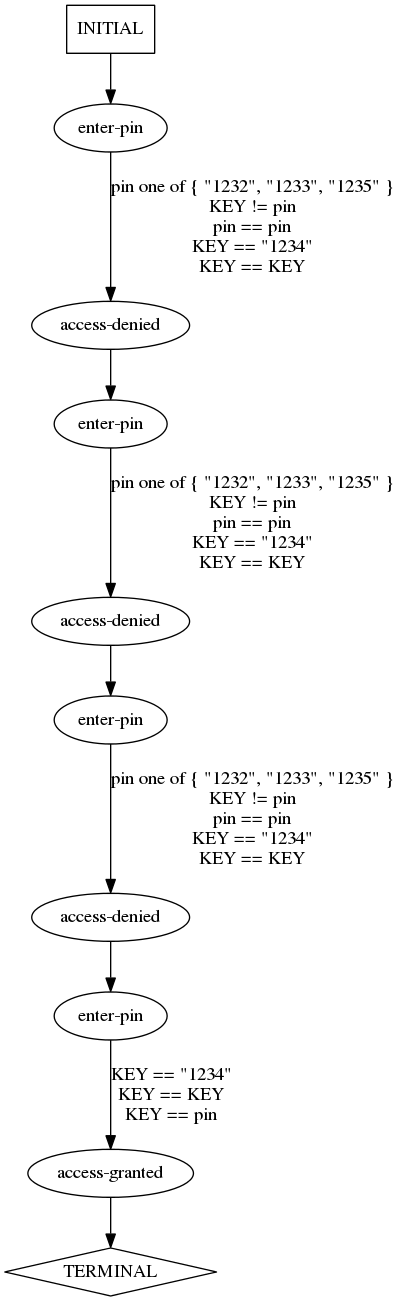
ModelInference/synoptic keeps this Graphviz diagram as traces/abstract/verify-pin/predicted-paths/verify-pin-test5.dot.png. Above is the earlier version. Its source is kept beside it as traces/abstract/verify-pin/predicted-paths/verify-pin-test5.dot.
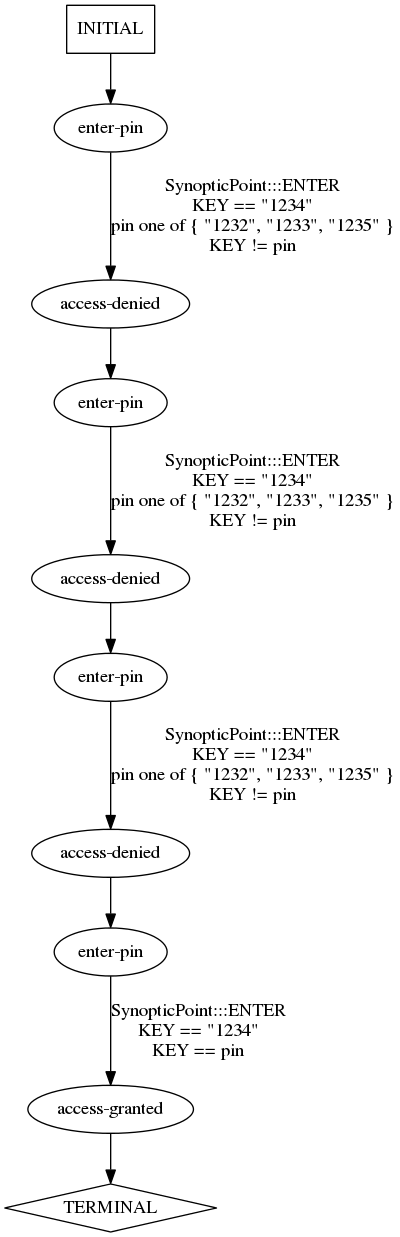
The same file after the commit.

Diff of the diagram source:
```diff
@@ -13,9 +13,9 @@
 1->6 [label="",];
 2->7 [label="",];
 3->8 [label="",];
-4->0 [label="pin one of { \"1232\", \"1233\", \"1235\" }\nKEY != pin\npin == pin\nKEY == \"1234\"\nKEY == KEY",];
-5->1 [label="pin one of { \"1232\", \"1233\", \"1235\" }\nKEY != pin\npin == pin\nKEY == \"1234\"\nKEY == KEY",];
-6->2 [label="pin one of { \"1232\", \"1233\", \"1235\" }\nKEY != pin\npin == pin\nKEY == \"1234\"\nKEY == KEY",];
-7->3 [label="KEY == \"1234\"\nKEY == KEY\nKEY == pin",];
+4->0 [label="SynopticPoint:::ENTER\nKEY == \"1234\"\npin one of { \"1232\", \"1233\", \"1235\" }\nKEY != pin\n",];
+5->1 [label="SynopticPoint:::ENTER\nKEY == \"1234\"\npin one of { \"1232\", \"1233\", \"1235\" }\nKEY != pin\n",];
+6->2 [label="SynopticPoint:::ENTER\nKEY == \"1234\"\npin one of { \"1232\", \"1233\", \"1235\" }\nKEY != pin\n",];
+7->3 [label="SynopticPoint:::ENTER\nKEY == \"1234\"\nKEY == pin\n",];
 9->4 [label="",];
 } // digraph {
```
